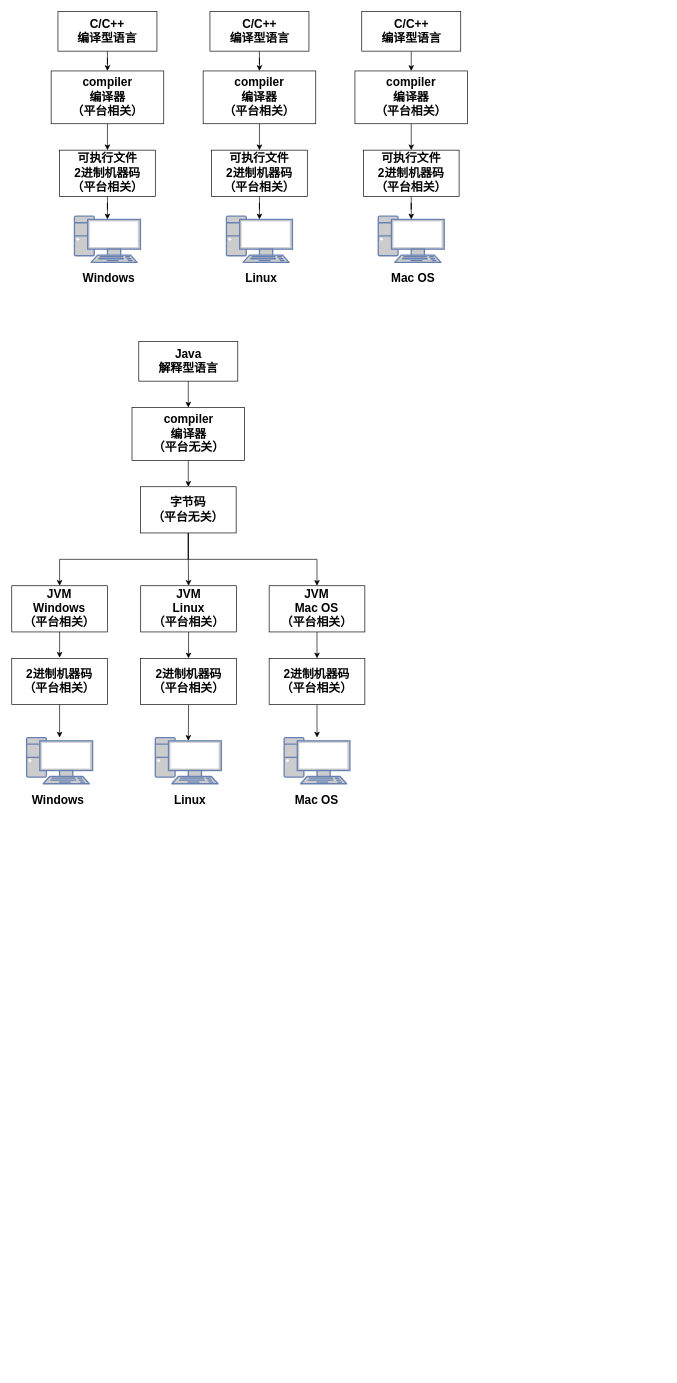
GitHeP/diagrams keeps this draw.io diagram as JVM.drawio. Above is the earlier version. Source tidied: cells renumbered, new cells numbered last; positions are measured from the earlier drawing's top-left corner, leaving out a move shared by most shapes. Both pictures are drawn from the tidied source at 66%, with x=0, y=0 at pixel (11, 11).
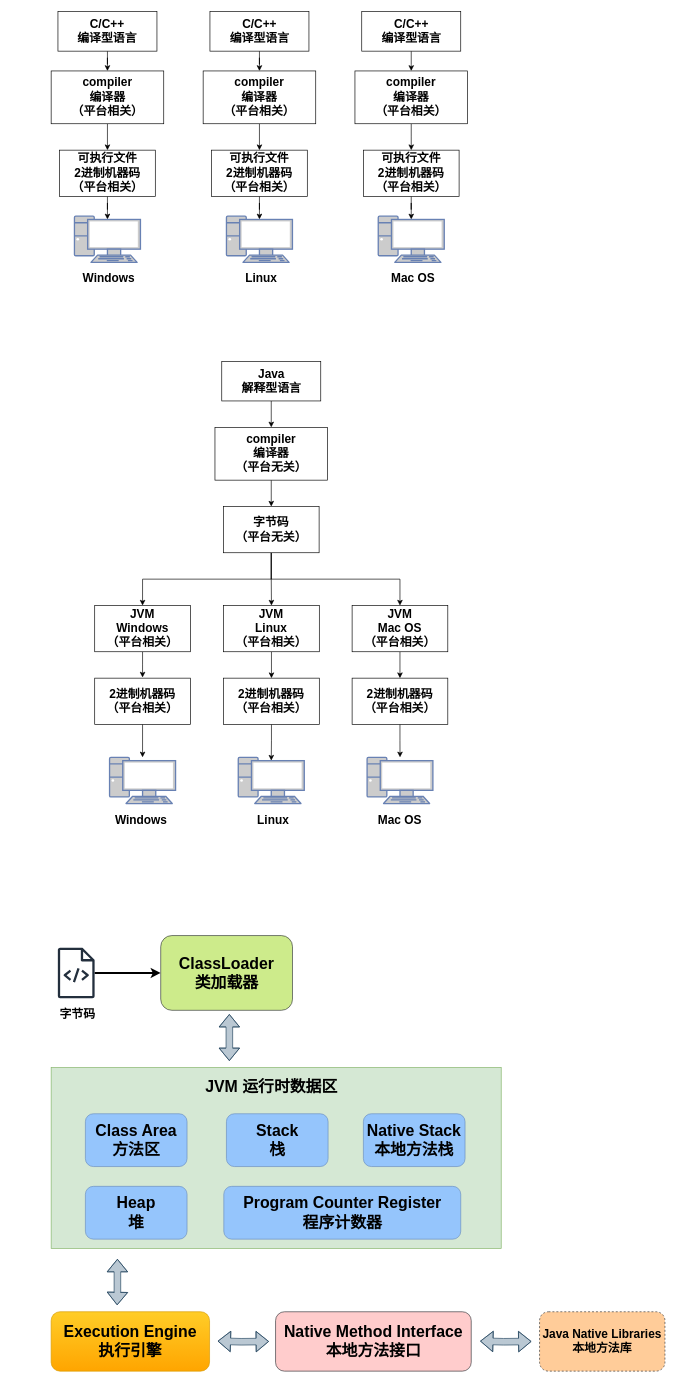
After the change.

The edit, as a diff of the source:
```diff
@@
     <mxCell id="27" value="&lt;font style=&quot;font-size: 18px;&quot;&gt;&lt;b&gt;Java&lt;br style=&quot;border-color: var(--border-color);&quot;&gt;解释型语言&lt;br&gt;&lt;/b&gt;&lt;/font&gt;" style="rounded=0;whiteSpace=wrap;html=1;" parent="1" vertex="1">
-      <mxGeometry x="192.8" y="500" width="150" height="60" as="geometry" />
+      <mxGeometry x="318.5" y="530" width="150" height="60" as="geometry" />
     </mxCell>
@@
     <mxCell id="29" value="&lt;font style=&quot;font-size: 18px;&quot;&gt;&lt;b&gt;compiler&lt;br&gt;编译器&lt;br&gt;（平台无关）&lt;br&gt;&lt;/b&gt;&lt;/font&gt;" style="rounded=0;whiteSpace=wrap;html=1;" parent="1" vertex="1">
-      <mxGeometry x="182.5" y="600" width="170.6" height="80" as="geometry" />
+      <mxGeometry x="308.2" y="630" width="170.6" height="80" as="geometry" />
     </mxCell>
@@
     <mxCell id="33" value="&lt;font style=&quot;font-size: 18px;&quot;&gt;&lt;b&gt;字节码&lt;br&gt;&lt;/b&gt;&lt;b style=&quot;border-color: var(--border-color);&quot;&gt;（平台无关）&lt;/b&gt;&lt;b&gt;&lt;br&gt;&lt;/b&gt;&lt;/font&gt;" style="rounded=0;whiteSpace=wrap;html=1;" parent="1" vertex="1">
-      <mxGeometry x="195.3" y="720" width="145" height="70" as="geometry" />
+      <mxGeometry x="321" y="750" width="145" height="70" as="geometry" />
     </mxCell>
     <mxCell id="34" style="edgeStyle=orthogonalEdgeStyle;rounded=0;jettySize=auto;html=1;" parent="1" edge="1" source="35">
       <mxGeometry relative="1" as="geometry">
-        <mxPoint x="72.8" y="979" as="targetPoint" />
+        <mxPoint x="198.5" y="1009" as="targetPoint" />
       </mxGeometry>
     </mxCell>
     <mxCell id="35" value="&lt;font style=&quot;font-size: 18px;&quot;&gt;&lt;b&gt;JVM&lt;br&gt;Windows&lt;br&gt;（平台相关）&lt;br&gt;&lt;/b&gt;&lt;/font&gt;" style="rounded=0;whiteSpace=wrap;html=1;" parent="1" vertex="1">
-      <mxGeometry x="0.3" y="870" width="145" height="70" as="geometry" />
+      <mxGeometry x="126" y="900" width="145" height="70" as="geometry" />
     </mxCell>
@@
     <mxCell id="37" value="&lt;font style=&quot;font-size: 18px;&quot;&gt;&lt;b&gt;JVM&lt;br&gt;Linux&lt;br&gt;（平台相关）&lt;br&gt;&lt;/b&gt;&lt;/font&gt;" style="rounded=0;whiteSpace=wrap;html=1;" parent="1" vertex="1">
-      <mxGeometry x="195.7" y="870" width="145" height="70" as="geometry" />
+      <mxGeometry x="321.3" y="900" width="145" height="70" as="geometry" />
     </mxCell>
@@
     <mxCell id="39" value="&lt;font style=&quot;font-size: 18px;&quot;&gt;&lt;b&gt;JVM&lt;br&gt;Mac OS&lt;br&gt;（平台相关）&lt;br&gt;&lt;/b&gt;&lt;/font&gt;" style="rounded=0;whiteSpace=wrap;html=1;" parent="1" vertex="1">
-      <mxGeometry x="390.3" y="870" width="145" height="70" as="geometry" />
+      <mxGeometry x="516" y="900" width="145" height="70" as="geometry" />
     </mxCell>
     <mxCell id="40" style="fontColor=#0066CC;verticalAlign=top;verticalLabelPosition=bottom;labelPosition=center;align=center;html=1;outlineConnect=0;fillColor=#CCCCCC;strokeColor=#6881B3;gradientColor=none;gradientDirection=north;strokeWidth=2;shape=mxgraph.networks.pc;" parent="1" vertex="1">
-      <mxGeometry x="22.8" y="1100" width="100" height="70" as="geometry" />
+      <mxGeometry x="148.5" y="1130" width="100" height="70" as="geometry" />
     </mxCell>
     <mxCell id="41" value="&lt;font style=&quot;font-size: 18px;&quot;&gt;&lt;b&gt;Windows&lt;/b&gt;&lt;/font&gt;" style="text;html=1;strokeColor=none;fillColor=none;align=center;verticalAlign=middle;whiteSpace=wrap;rounded=0;" parent="1" vertex="1">
-      <mxGeometry x="17.8" y="1180" width="105" height="30" as="geometry" />
+      <mxGeometry x="143.5" y="1210" width="105" height="30" as="geometry" />
     </mxCell>
     <mxCell id="42" style="fontColor=#0066CC;verticalAlign=top;verticalLabelPosition=bottom;labelPosition=center;align=center;html=1;outlineConnect=0;fillColor=#CCCCCC;strokeColor=#6881B3;gradientColor=none;gradientDirection=north;strokeWidth=2;shape=mxgraph.networks.pc;" parent="1" vertex="1">
-      <mxGeometry x="217.8" y="1100" width="100" height="70" as="geometry" />
+      <mxGeometry x="343.5" y="1130" width="100" height="70" as="geometry" />
     </mxCell>
     <mxCell id="43" value="&lt;font style=&quot;font-size: 18px;&quot;&gt;&lt;b&gt;Linux&lt;/b&gt;&lt;/font&gt;" style="text;html=1;strokeColor=none;fillColor=none;align=center;verticalAlign=middle;whiteSpace=wrap;rounded=0;" parent="1" vertex="1">
-      <mxGeometry x="217.8" y="1180" width="105" height="30" as="geometry" />
+      <mxGeometry x="343.5" y="1210" width="105" height="30" as="geometry" />
     </mxCell>
     <mxCell id="44" style="fontColor=#0066CC;verticalAlign=top;verticalLabelPosition=bottom;labelPosition=center;align=center;html=1;outlineConnect=0;fillColor=#CCCCCC;strokeColor=#6881B3;gradientColor=none;gradientDirection=north;strokeWidth=2;shape=mxgraph.networks.pc;" parent="1" vertex="1">
-      <mxGeometry x="413" y="1100" width="99.7" height="70" as="geometry" />
+      <mxGeometry x="538.7" y="1130" width="99.7" height="70" as="geometry" />
     </mxCell>
     <mxCell id="45" value="&lt;span style=&quot;font-size: 18px;&quot;&gt;&lt;b&gt;Mac OS&lt;/b&gt;&lt;/span&gt;" style="text;html=1;strokeColor=none;fillColor=none;align=center;verticalAlign=middle;whiteSpace=wrap;rounded=0;" parent="1" vertex="1">
-      <mxGeometry x="410.3" y="1180" width="105" height="30" as="geometry" />
+      <mxGeometry x="536" y="1210" width="105" height="30" as="geometry" />
     </mxCell>
@@
     <mxCell id="47" value="&lt;font style=&quot;font-size: 18px;&quot;&gt;&lt;b style=&quot;border-color: var(--border-color);&quot;&gt;2进制机器码&lt;br&gt;&lt;/b&gt;&lt;b&gt;（平台相关）&lt;br&gt;&lt;/b&gt;&lt;/font&gt;" style="rounded=0;whiteSpace=wrap;html=1;" parent="1" vertex="1">
-      <mxGeometry x="0.3" y="980" width="145" height="70" as="geometry" />
+      <mxGeometry x="126" y="1010" width="145" height="70" as="geometry" />
     </mxCell>
@@
     <mxCell id="49" value="&lt;font style=&quot;font-size: 18px;&quot;&gt;&lt;b style=&quot;border-color: var(--border-color);&quot;&gt;2进制机器码&lt;br&gt;&lt;/b&gt;&lt;b&gt;（平台相关）&lt;br&gt;&lt;/b&gt;&lt;/font&gt;" style="rounded=0;whiteSpace=wrap;html=1;" parent="1" vertex="1">
-      <mxGeometry x="195.6" y="980" width="145" height="70" as="geometry" />
+      <mxGeometry x="321.3" y="1010" width="145" height="70" as="geometry" />
     </mxCell>
@@
     <mxCell id="51" value="&lt;font style=&quot;font-size: 18px;&quot;&gt;&lt;b style=&quot;border-color: var(--border-color);&quot;&gt;2进制机器码&lt;br&gt;&lt;/b&gt;&lt;b&gt;（平台相关）&lt;br&gt;&lt;/b&gt;&lt;/font&gt;" style="rounded=0;whiteSpace=wrap;html=1;" parent="1" vertex="1">
-      <mxGeometry x="390.3" y="980" width="145" height="70" as="geometry" />
+      <mxGeometry x="516" y="1010" width="145" height="70" as="geometry" />
     </mxCell>
+    <mxCell id="52" style="edgeStyle=orthogonalEdgeStyle;rounded=0;jettySize=auto;html=1;strokeWidth=3;" parent="1" edge="1" source="53" target="55">
+      <mxGeometry relative="1" as="geometry" />
+    </mxCell>
+    <mxCell id="53" style="sketch=0;outlineConnect=0;fontColor=#232F3E;gradientColor=none;fillColor=#232F3D;strokeColor=none;dashed=0;verticalLabelPosition=bottom;verticalAlign=top;align=center;html=1;fontSize=12;fontStyle=0;shape=mxgraph.aws4.source_code;" parent="1" vertex="1">
+      <mxGeometry x="70" y="1418.3" width="56" height="76.6" as="geometry" />
+    </mxCell>
+    <mxCell id="54" value="&lt;font style=&quot;font-size: 18px;&quot;&gt;&lt;b&gt;字节码&lt;/b&gt;&lt;/font&gt;" style="text;html=1;strokeColor=none;fillColor=none;align=center;verticalAlign=middle;whiteSpace=wrap;rounded=0;" parent="1" vertex="1">
+      <mxGeometry x="70.3" y="1505" width="60" height="30" as="geometry" />
+    </mxCell>
+    <mxCell id="55" value="&lt;font style=&quot;&quot;&gt;&lt;b style=&quot;&quot;&gt;&lt;font style=&quot;font-size: 24px;&quot;&gt;ClassLoader&lt;br&gt;类加载器&lt;/font&gt;&lt;br&gt;&lt;/b&gt;&lt;/font&gt;" style="rounded=1;whiteSpace=wrap;html=1;fillColor=#cdeb8b;strokeColor=#36393d;" parent="1" vertex="1">
+      <mxGeometry x="226" y="1400" width="199.7" height="113.3" as="geometry" />
+    </mxCell>
+    <mxCell id="56" style="rounded=0;whiteSpace=wrap;html=1;fillColor=#d5e8d4;strokeColor=#82b366;" parent="1" vertex="1">
+      <mxGeometry x="60" y="1600" width="681.9" height="274" as="geometry" />
+    </mxCell>
+    <mxCell id="57" value="&lt;font style=&quot;font-size: 24px;&quot;&gt;&lt;b&gt;Class Area&lt;br&gt;方法区&lt;/b&gt;&lt;/font&gt;" style="rounded=1;whiteSpace=wrap;html=1;fillColor=#95C5FC;strokeColor=#6C8EBF;" parent="1" vertex="1">
+      <mxGeometry x="111.9" y="1670" width="154" height="80" as="geometry" />
+    </mxCell>
+    <mxCell id="58" value="&lt;span style=&quot;font-size: 24px;&quot;&gt;&lt;b&gt;Heap&lt;br&gt;&lt;/b&gt;&lt;/span&gt;&lt;font style=&quot;font-size: 24px;&quot;&gt;&lt;b&gt;堆&lt;/b&gt;&lt;/font&gt;" style="rounded=1;whiteSpace=wrap;html=1;fillColor=#95C5FC;strokeColor=#6C8EBF;" parent="1" vertex="1">
+      <mxGeometry x="111.9" y="1780" width="154" height="80" as="geometry" />
+    </mxCell>
+    <mxCell id="59" value="&lt;span style=&quot;font-size: 24px;&quot;&gt;&lt;b&gt;Stack&lt;br&gt;栈&lt;/b&gt;&lt;/span&gt;" style="rounded=1;whiteSpace=wrap;html=1;fillColor=#95C5FC;strokeColor=#6C8EBF;" parent="1" vertex="1">
+      <mxGeometry x="325.6" y="1670" width="154" height="80" as="geometry" />
+    </mxCell>
+    <mxCell id="60" value="&lt;span style=&quot;font-size: 24px;&quot;&gt;&lt;b&gt;Native Stack&lt;br&gt;本地方法栈&lt;/b&gt;&lt;/span&gt;" style="rounded=1;whiteSpace=wrap;html=1;fillColor=#95C5FC;strokeColor=#6C8EBF;" parent="1" vertex="1">
+      <mxGeometry x="533.1" y="1670" width="154" height="80" as="geometry" />
+    </mxCell>
+    <mxCell id="61" value="&lt;span style=&quot;font-size: 24px;&quot;&gt;&lt;b&gt;Program Counter Register&lt;br&gt;程序计数器&lt;br&gt;&lt;/b&gt;&lt;/span&gt;" style="rounded=1;whiteSpace=wrap;html=1;fillColor=#95C5FC;strokeColor=#6C8EBF;" parent="1" vertex="1">
+      <mxGeometry x="321.6" y="1780" width="359" height="80" as="geometry" />
+    </mxCell>
+    <mxCell id="62" value="&lt;b&gt;&lt;font style=&quot;font-size: 24px;&quot;&gt;JVM 运行时数据区&lt;/font&gt;&lt;/b&gt;" style="text;html=1;strokeColor=none;fillColor=none;align=center;verticalAlign=middle;whiteSpace=wrap;rounded=0;" parent="1" vertex="1">
+      <mxGeometry x="291.5" y="1614" width="204" height="30" as="geometry" />
+    </mxCell>
+    <mxCell id="63" style="shape=flexArrow;endArrow=classic;startArrow=classic;html=1;rounded=0;fillColor=#bac8d3;strokeColor=#23445d;" parent="1" edge="1">
+      <mxGeometry relative="1" as="geometry">
+        <mxPoint x="330" y="1590" as="sourcePoint" />
+        <mxPoint x="330" y="1519" as="targetPoint" />
+        <Array as="points">
+          <mxPoint x="330" y="1570" />
+        </Array>
+      </mxGeometry>
+    </mxCell>
+    <mxCell id="64" value="&lt;span style=&quot;font-size: 24px;&quot;&gt;&lt;b&gt;Execution Engine&lt;br&gt;执行引擎&lt;br&gt;&lt;/b&gt;&lt;/span&gt;" style="rounded=1;whiteSpace=wrap;html=1;fillColor=#ffcd28;strokeColor=#d79b00;gradientColor=#ffa500;" parent="1" vertex="1">
+      <mxGeometry x="60" y="1970" width="240" height="90" as="geometry" />
+    </mxCell>
+    <mxCell id="65" style="shape=flexArrow;endArrow=classic;startArrow=classic;html=1;rounded=0;fillColor=#bac8d3;strokeColor=#23445d;" parent="1" edge="1">
+      <mxGeometry relative="1" as="geometry">
+        <mxPoint x="160" y="1960" as="sourcePoint" />
+        <mxPoint x="160.4" y="1890" as="targetPoint" />
+        <Array as="points">
+          <mxPoint x="160.4" y="1941" />
+        </Array>
+      </mxGeometry>
+    </mxCell>
+    <mxCell id="66" value="&lt;span style=&quot;font-size: 24px;&quot;&gt;&lt;b&gt;Native Method Interface&lt;br&gt;本地方法接口&lt;br&gt;&lt;/b&gt;&lt;/span&gt;" style="rounded=1;whiteSpace=wrap;html=1;fillColor=#ffcccc;strokeColor=#36393d;" parent="1" vertex="1">
+      <mxGeometry x="400" y="1970" width="296.5" height="90" as="geometry" />
+    </mxCell>
+    <mxCell id="67" style="shape=flexArrow;endArrow=classic;startArrow=classic;html=1;rounded=0;fillColor=#bac8d3;strokeColor=#23445d;" parent="1" edge="1">
+      <mxGeometry relative="1" as="geometry">
+        <mxPoint x="312.3" y="2014.5" as="sourcePoint" />
+        <mxPoint x="390" y="2015" as="targetPoint" />
+        <Array as="points">
+          <mxPoint x="347.8" y="2015.5" />
+        </Array>
+      </mxGeometry>
+    </mxCell>
+    <mxCell id="68" value="&lt;font style=&quot;font-size: 18px;&quot;&gt;&lt;b&gt;Java Native Libraries&lt;br&gt;本地方法库&lt;br&gt;&lt;/b&gt;&lt;/font&gt;" style="rounded=1;whiteSpace=wrap;html=1;dashed=1;fillColor=#ffcc99;strokeColor=#36393d;" parent="1" vertex="1">
+      <mxGeometry x="800" y="1970" width="190" height="90" as="geometry" />
+    </mxCell>
+    <mxCell id="69" style="shape=flexArrow;endArrow=classic;startArrow=classic;html=1;rounded=0;fillColor=#bac8d3;strokeColor=#23445d;" parent="1" edge="1">
+      <mxGeometry relative="1" as="geometry">
+        <mxPoint x="710" y="2014.5" as="sourcePoint" />
+        <mxPoint x="787.7" y="2015" as="targetPoint" />
+        <Array as="points">
+          <mxPoint x="745.5" y="2015.5" />
+        </Array>
+      </mxGeometry>
+    </mxCell>
```
